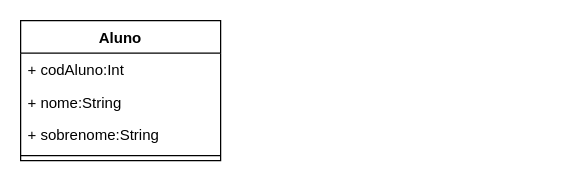
Earlier version of the draw.io diagram Desafio1drawio.drawio (Nogueira94/desafio1_digital_house). Source tidied: cells renumbered, new cells numbered last; positions are measured from the earlier drawing's top-left corner, leaving out a move shared by most shapes. Both pictures are drawn from the tidied source at 125%, with x=0, y=0 at pixel (20, 20).
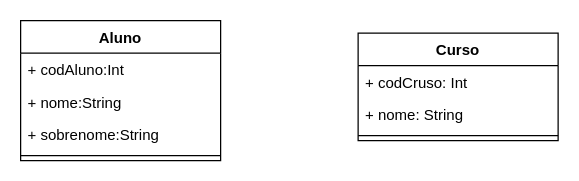
After the change.

What changed in the source:
```diff
@@
 <mxGraphModel>
   <root>
     <mxCell id="0" />
     <mxCell id="1" parent="0" />
     <mxCell id="2" value="Aluno" style="swimlane;fontStyle=1;align=center;verticalAlign=top;horizontal=1;startSize=26;" parent="1" vertex="1">
       <mxGeometry width="160" height="112" as="geometry" />
     </mxCell>
     <mxCell id="3" value="+ codAluno:Int" style="text;strokeColor=none;fillColor=none;align=left;verticalAlign=top;spacingLeft=4;spacingRight=4;overflow=hidden;" parent="2" vertex="1">
       <mxGeometry y="26" width="160" height="26" as="geometry" />
     </mxCell>
     <mxCell id="4" value="+ nome:String" style="text;strokeColor=none;fillColor=none;align=left;verticalAlign=top;spacingLeft=4;spacingRight=4;overflow=hidden;" parent="2" vertex="1">
       <mxGeometry y="52" width="160" height="26" as="geometry" />
     </mxCell>
     <mxCell id="5" value="+ sobrenome:String" style="text;strokeColor=none;fillColor=none;align=left;verticalAlign=top;spacingLeft=4;spacingRight=4;overflow=hidden;" parent="2" vertex="1">
       <mxGeometry y="78" width="160" height="26" as="geometry" />
     </mxCell>
     <mxCell id="6" style="line;strokeWidth=1;fillColor=none;align=left;verticalAlign=middle;spacingTop=-1;spacingLeft=3;spacingRight=3;labelPosition=right;" parent="2" vertex="1">
       <mxGeometry y="104" width="160" height="8" as="geometry" />
     </mxCell>
+    <mxCell id="7" value="Curso" style="swimlane;fontStyle=1;align=center;verticalAlign=top;horizontal=1;startSize=26;" parent="1" vertex="1">
+      <mxGeometry x="270" y="10" width="160" height="86" as="geometry" />
+    </mxCell>
+    <mxCell id="8" value="+ codCruso: Int" style="text;strokeColor=none;fillColor=none;align=left;verticalAlign=top;spacingLeft=4;spacingRight=4;overflow=hidden;" parent="7" vertex="1">
+      <mxGeometry y="26" width="160" height="26" as="geometry" />
+    </mxCell>
+    <mxCell id="9" value="+ nome: String&#10;" style="text;strokeColor=none;fillColor=none;align=left;verticalAlign=top;spacingLeft=4;spacingRight=4;overflow=hidden;" parent="7" vertex="1">
+      <mxGeometry y="52" width="160" height="26" as="geometry" />
+    </mxCell>
+    <mxCell id="10" style="line;strokeWidth=1;fillColor=none;align=left;verticalAlign=middle;spacingTop=-1;spacingLeft=3;spacingRight=3;labelPosition=right;" parent="7" vertex="1">
+      <mxGeometry y="78" width="160" height="8" as="geometry" />
+    </mxCell>
   </root>
 </mxGraphModel>
```
